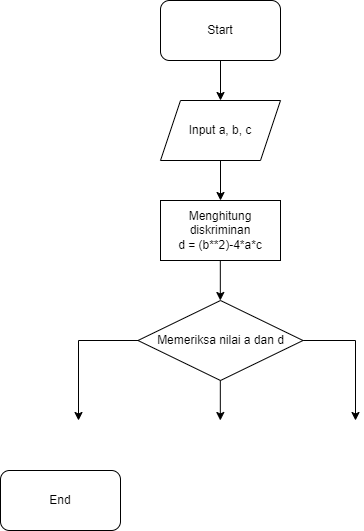
Earlier version of the draw.io export week 10/no1.png (kelvinleonardos/PP22). Source tidied: cells renumbered, new cells last; positions are measured from the earlier drawing's top-left corner, leaving out a move shared by most shapes. The source it was exported from:
```xml
<mxGraphModel>
  <root>
    <mxCell id="0" />
    <mxCell id="1" parent="0" />
    <mxCell id="2" style="edgeStyle=orthogonalEdgeStyle;rounded=0;jettySize=auto;html=1;exitX=0.5;exitY=1;exitDx=0;exitDy=0;entryX=0.5;entryY=0;entryDx=0;entryDy=0;" parent="1" edge="1" source="3" target="5">
      <mxGeometry relative="1" as="geometry" />
    </mxCell>
    <mxCell id="3" value="Start" style="rounded=1;whiteSpace=wrap;html=1;" parent="1" vertex="1">
      <mxGeometry x="160" width="120" height="60" as="geometry" />
    </mxCell>
    <mxCell id="4" value="End" style="rounded=1;whiteSpace=wrap;html=1;" parent="1" vertex="1">
      <mxGeometry y="470" width="120" height="60" as="geometry" />
    </mxCell>
    <mxCell id="5" value="Input a, b, c" style="shape=parallelogram;perimeter=parallelogramPerimeter;whiteSpace=wrap;html=1;fixedSize=1;" parent="1" vertex="1">
      <mxGeometry x="160" y="100" width="120" height="60" as="geometry" />
    </mxCell>
    <mxCell id="6" style="edgeStyle=orthogonalEdgeStyle;rounded=0;jettySize=auto;html=1;exitX=0.5;exitY=1;exitDx=0;exitDy=0;entryX=0.5;entryY=0;entryDx=0;entryDy=0;" parent="1" edge="1" target="7">
      <mxGeometry relative="1" as="geometry">
        <mxPoint x="220" y="160" as="sourcePoint" />
      </mxGeometry>
    </mxCell>
    <mxCell id="7" value="Menghitung diskriminan&lt;br&gt;d = (b**2)-4*a*c" style="rounded=0;whiteSpace=wrap;html=1;" parent="1" vertex="1">
      <mxGeometry x="160" y="200" width="120" height="60" as="geometry" />
    </mxCell>
    <mxCell id="8" style="edgeStyle=orthogonalEdgeStyle;rounded=0;jettySize=auto;html=1;exitX=1;exitY=0.5;exitDx=0;exitDy=0;" parent="1" edge="1" source="9">
      <mxGeometry relative="1" as="geometry">
        <mxPoint x="355" y="420" as="targetPoint" />
      </mxGeometry>
    </mxCell>
    <mxCell id="9" value="Memeriksa nilai a dan d" style="rhombus;whiteSpace=wrap;html=1;" parent="1" vertex="1">
      <mxGeometry x="137.5" y="300" width="165" height="80" as="geometry" />
    </mxCell>
    <mxCell id="10" style="edgeStyle=orthogonalEdgeStyle;rounded=0;orthogonalLoop=1;jettySize=auto;html=1;exitX=0.5;exitY=1;exitDx=0;exitDy=0;entryX=0.5;entryY=0;entryDx=0;entryDy=0;" parent="1" edge="1">
      <mxGeometry relative="1" as="geometry">
        <mxPoint x="219.8" y="260" as="sourcePoint" />
        <mxPoint x="219.8" y="300" as="targetPoint" />
      </mxGeometry>
    </mxCell>
    <mxCell id="11" style="edgeStyle=orthogonalEdgeStyle;rounded=0;jettySize=auto;html=1;exitX=0;exitY=0.5;exitDx=0;exitDy=0;" parent="1" edge="1" source="9">
      <mxGeometry relative="1" as="geometry">
        <mxPoint x="78" y="420" as="targetPoint" />
      </mxGeometry>
    </mxCell>
    <mxCell id="12" style="edgeStyle=orthogonalEdgeStyle;rounded=0;orthogonalLoop=1;jettySize=auto;html=1;exitX=0.5;exitY=1;exitDx=0;exitDy=0;entryX=0.5;entryY=0;entryDx=0;entryDy=0;" parent="1" edge="1">
      <mxGeometry relative="1" as="geometry">
        <mxPoint x="219.8" y="380" as="sourcePoint" />
        <mxPoint x="219.8" y="420" as="targetPoint" />
      </mxGeometry>
    </mxCell>
  </root>
</mxGraphModel>
```
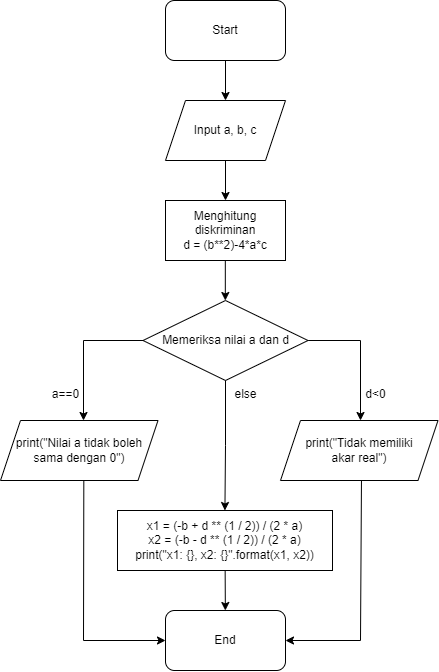
The same file after the commit.

Diff of the diagram source:
```diff
@@ -9,7 +9,7 @@
       <mxGeometry x="160" width="120" height="60" as="geometry" />
     </mxCell>
     <mxCell id="4" value="End" style="rounded=1;whiteSpace=wrap;html=1;" parent="1" vertex="1">
-      <mxGeometry y="470" width="120" height="60" as="geometry" />
+      <mxGeometry x="160" y="610" width="120" height="60" as="geometry" />
     </mxCell>
     <mxCell id="5" value="Input a, b, c" style="shape=parallelogram;perimeter=parallelogramPerimeter;whiteSpace=wrap;html=1;fixedSize=1;" parent="1" vertex="1">
       <mxGeometry x="160" y="100" width="120" height="60" as="geometry" />
@@ -41,11 +41,43 @@
         <mxPoint x="78" y="420" as="targetPoint" />
       </mxGeometry>
     </mxCell>
-    <mxCell id="12" style="edgeStyle=orthogonalEdgeStyle;rounded=0;orthogonalLoop=1;jettySize=auto;html=1;exitX=0.5;exitY=1;exitDx=0;exitDy=0;entryX=0.5;entryY=0;entryDx=0;entryDy=0;" parent="1" edge="1">
-      <mxGeometry relative="1" as="geometry">
-        <mxPoint x="219.8" y="380" as="sourcePoint" />
-        <mxPoint x="219.8" y="420" as="targetPoint" />
-      </mxGeometry>
+    <mxCell id="12" style="edgeStyle=orthogonalEdgeStyle;rounded=0;jettySize=auto;html=1;exitX=0.5;exitY=1;exitDx=0;exitDy=0;" parent="1" edge="1" source="9" target="18">
+      <mxGeometry relative="1" as="geometry" />
     </mxCell>
+    <mxCell id="13" value="a==0" style="text;html=1;align=center;verticalAlign=middle;fillColor=none;strokeColor=none;rounded=0;" parent="1" vertex="1">
+      <mxGeometry x="35" y="379" width="50" height="30" as="geometry" />
+    </mxCell>
+    <mxCell id="14" value="d&amp;lt;0" style="text;html=1;align=center;verticalAlign=middle;fillColor=none;strokeColor=none;rounded=0;" parent="1" vertex="1">
+      <mxGeometry x="350" y="379" width="40" height="30" as="geometry" />
+    </mxCell>
+    <mxCell id="15" value="else" style="text;html=1;align=center;verticalAlign=middle;fillColor=none;strokeColor=none;rounded=0;" parent="1" vertex="1">
+      <mxGeometry x="215" y="379" width="50" height="30" as="geometry" />
+    </mxCell>
+    <mxCell id="16" value="print(&quot;Nilai a tidak boleh sama dengan 0&quot;)" style="shape=parallelogram;perimeter=parallelogramPerimeter;whiteSpace=wrap;html=1;fixedSize=1;" parent="1" vertex="1">
+      <mxGeometry x="-5" y="420" width="157.5" height="60" as="geometry" />
+    </mxCell>
+    <mxCell id="17" value="print(&quot;Tidak memiliki&lt;br&gt;akar real&quot;)" style="shape=parallelogram;perimeter=parallelogramPerimeter;whiteSpace=wrap;html=1;fixedSize=1;" parent="1" vertex="1">
+      <mxGeometry x="275" y="420" width="157.5" height="60" as="geometry" />
+    </mxCell>
+    <mxCell id="18" value="&lt;div&gt;x1 = (-b + d ** (1 / 2)) / (2 * a)&lt;/div&gt;&lt;div&gt;x2 = (-b - d ** (1 / 2)) / (2 * a)&lt;/div&gt;&lt;div&gt;print(&quot;x1: {}, x2: {}&quot;.format(x1, x2))&lt;/div&gt;" style="rounded=0;whiteSpace=wrap;html=1;" parent="1" vertex="1">
+      <mxGeometry x="112" y="510" width="215" height="60" as="geometry" />
+    </mxCell>
+    <mxCell id="19" style="endArrow=classic;html=1;rounded=0;" parent="1" edge="1" source="18" target="4">
+      <mxGeometry relative="1" as="geometry" />
+    </mxCell>
+    <mxCell id="20" style="endArrow=classic;html=1;rounded=0;exitX=0.529;exitY=0.994;exitDx=0;exitDy=0;exitPerimeter=0;" parent="1" edge="1" source="16" target="4">
+      <mxGeometry relative="1" as="geometry">
+        <Array as="points">
+          <mxPoint x="78" y="640" />
+        </Array>
+      </mxGeometry>
+    </mxCell>
+    <mxCell id="21" style="endArrow=classic;html=1;rounded=0;exitX=0.514;exitY=1.008;exitDx=0;exitDy=0;exitPerimeter=0;" parent="1" edge="1" source="17" target="4">
+      <mxGeometry relative="1" as="geometry">
+        <Array as="points">
+          <mxPoint x="355" y="640" />
+        </Array>
+      </mxGeometry>
+    </mxCell>
   </root>
 </mxGraphModel>
```
